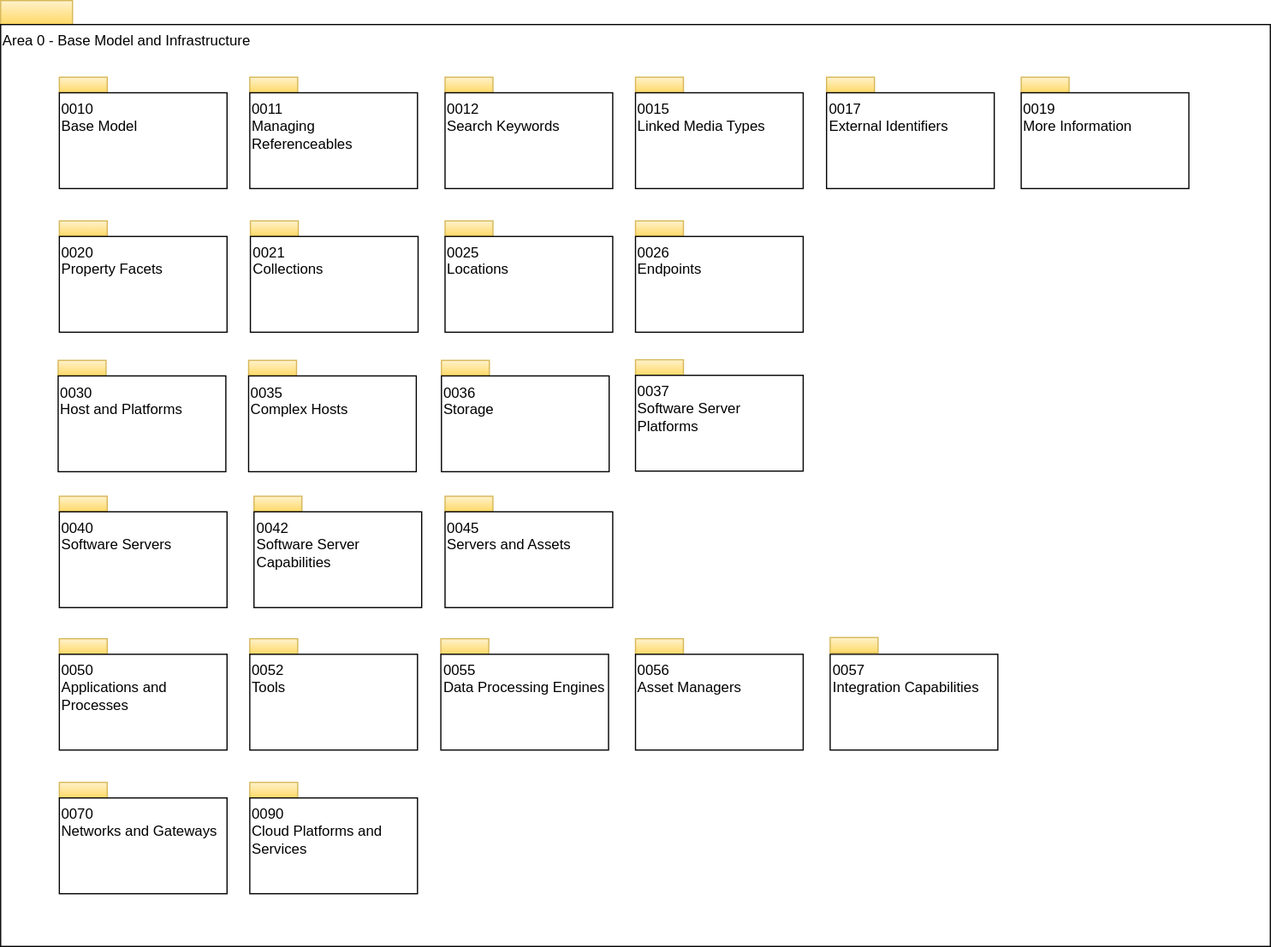
Above: site/docs/types/0/area-0-basic-types-and-infrastructure-overview.svg in odpi/egeria-docs (draw.io), before the change. Source tidied: cells renumbered, new cells last; positions are measured from the earlier drawing's top-left corner, leaving out a move shared by most shapes.
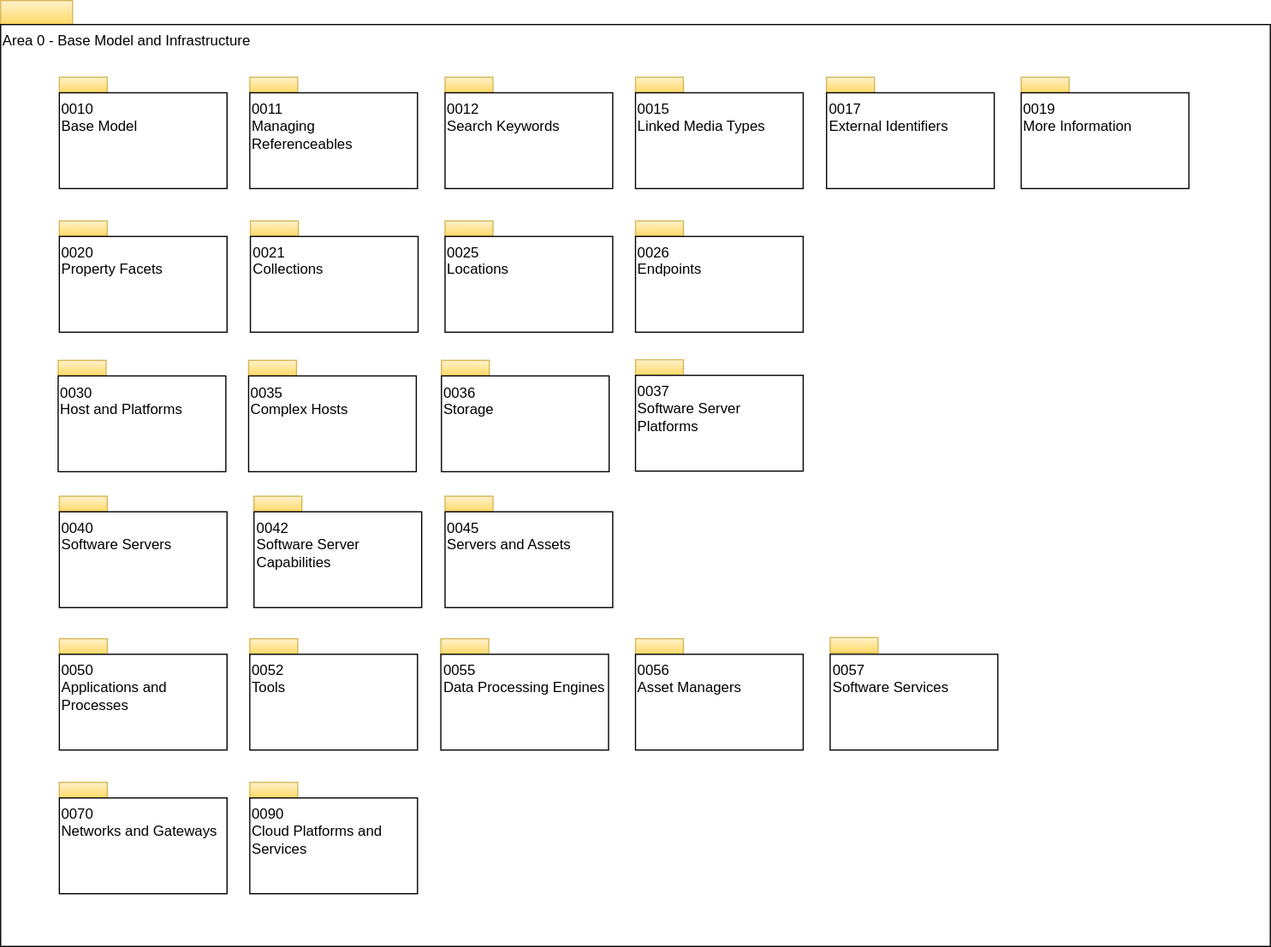
After the commit.

Change to the diagram source:
```diff
@@ -128,7 +128,7 @@
     <mxCell id="43" value="0011&lt;br&gt;Managing Referenceables" style="rounded=0;whiteSpace=wrap;html=1;align=left;verticalAlign=top;" parent="1" vertex="1">
       <mxGeometry x="208" y="77" width="140" height="80" as="geometry" />
     </mxCell>
-    <mxCell id="44" value="0057&lt;br&gt;Integration Capabilities" style="rounded=0;whiteSpace=wrap;html=1;align=left;verticalAlign=top;" parent="1" vertex="1">
+    <mxCell id="44" value="0057&lt;br&gt;Software Services" style="rounded=0;whiteSpace=wrap;html=1;align=left;verticalAlign=top;" parent="1" vertex="1">
       <mxGeometry x="692.5" y="546" width="140" height="80" as="geometry" />
     </mxCell>
     <mxCell id="45" style="rounded=0;whiteSpace=wrap;html=1;align=left;fillColor=#fff2cc;strokeColor=#d6b656;gradientColor=#ffd966;" parent="1" vertex="1">
```
